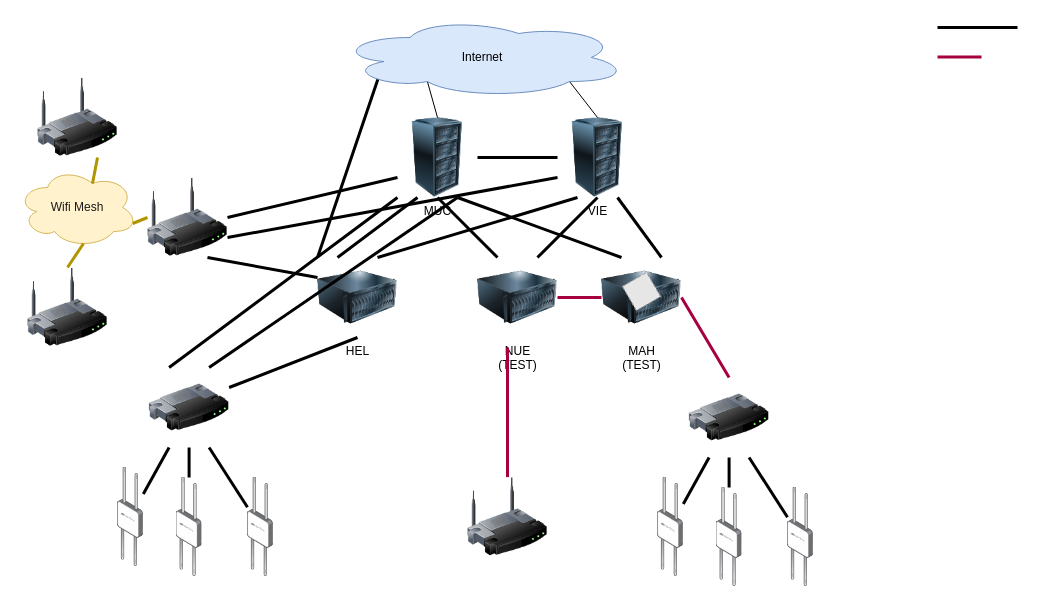
This is ffmuc-ng.drawio from lqb/test, a draw.io file, before an edit. Source tidied: cells renumbered, new cells numbered last; positions are measured from the earlier drawing's top-left corner, leaving out a move shared by most shapes. Both pictures are drawn from the tidied source at 100%, with x=0, y=0 at pixel (17, 17). Pictures stored in the file or linked from it are replaced by grey dashed boxes.
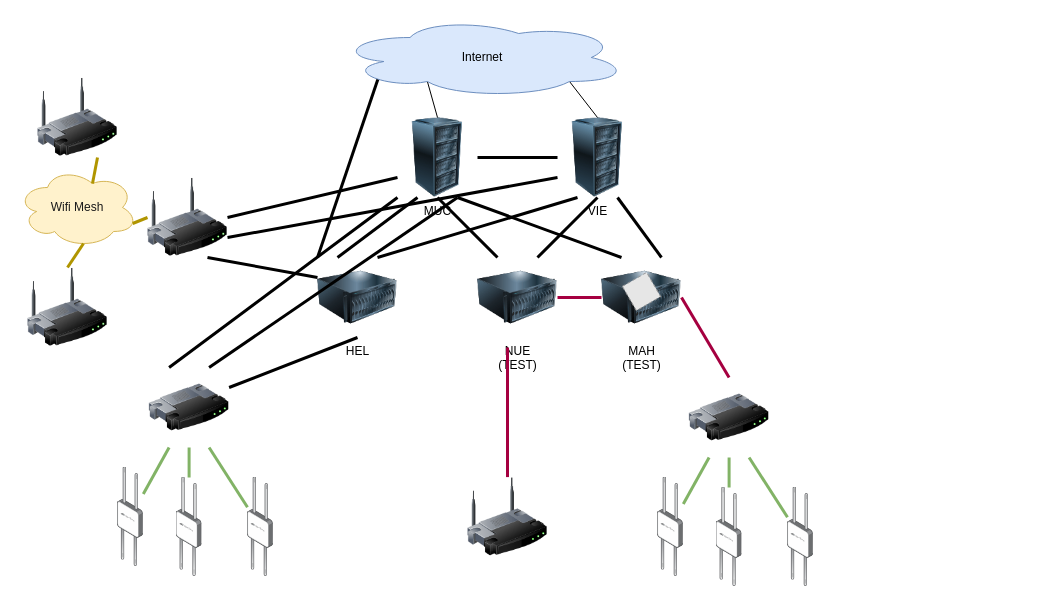
The same diagram, later.

The change refers to these unchanged cells:
```xml
<mxCell id="17" style="image;html=1;image=img/lib/clip_art/networking/Router_128x128.png;" parent="1" vertex="1">
  <mxGeometry x="131.6" y="350" width="80" height="80" as="geometry" />
</mxCell>
<mxCell id="19" style="points=[];html=1;align=center;shadow=0;dashed=0;image;image=img/lib/allied_telesis/wireless/Access_Point_Outdoor.svg;" parent="1" vertex="1">
  <mxGeometry x="230" y="460" width="25.8" height="99.6" as="geometry" />
</mxCell>
<mxCell id="22" style="points=[];html=1;align=center;shadow=0;dashed=0;image;image=img/lib/allied_telesis/wireless/Access_Point_Outdoor.svg;" parent="1" vertex="1">
  <mxGeometry x="158.7" y="460" width="25.8" height="99.6" as="geometry" />
</mxCell>
<mxCell id="23" style="points=[];html=1;align=center;shadow=0;dashed=0;image;image=img/lib/allied_telesis/wireless/Access_Point_Outdoor.svg;" parent="1" vertex="1">
  <mxGeometry x="100" y="450" width="25.8" height="99.6" as="geometry" />
</mxCell>
<mxCell id="33" style="image;html=1;image=img/lib/clip_art/networking/Router_128x128.png;" parent="1" vertex="1">
  <mxGeometry x="671.6" y="360" width="80" height="80" as="geometry" />
</mxCell>
<mxCell id="34" style="points=[];html=1;align=center;shadow=0;dashed=0;image;image=img/lib/allied_telesis/wireless/Access_Point_Outdoor.svg;" parent="1" vertex="1">
  <mxGeometry x="770" y="470" width="25.8" height="99.6" as="geometry" />
</mxCell>
<mxCell id="35" style="points=[];html=1;align=center;shadow=0;dashed=0;image;image=img/lib/allied_telesis/wireless/Access_Point_Outdoor.svg;" parent="1" vertex="1">
  <mxGeometry x="698.7" y="470" width="25.8" height="99.6" as="geometry" />
</mxCell>
<mxCell id="36" style="points=[];html=1;align=center;shadow=0;dashed=0;image;image=img/lib/allied_telesis/wireless/Access_Point_Outdoor.svg;" parent="1" vertex="1">
  <mxGeometry x="640" y="460" width="25.8" height="99.6" as="geometry" />
</mxCell>
```

What changed in the source:
```diff
@@
-    <mxCell id="25" style="endArrow=none;html=1;exitX=0.25;exitY=1;exitDx=0;exitDy=0;strokeWidth=3;" parent="1" edge="1" source="17" target="23">
+    <mxCell id="25" style="endArrow=none;html=1;exitX=0.25;exitY=1;exitDx=0;exitDy=0;strokeWidth=3;gradientColor=#97d077;fillColor=#d5e8d4;strokeColor=#82b366;" parent="1" edge="1" source="17" target="23">
       <mxGeometry relative="1" as="geometry" />
     </mxCell>
-    <mxCell id="26" style="endArrow=none;html=1;exitX=0.5;exitY=1;exitDx=0;exitDy=0;strokeWidth=3;" parent="1" edge="1" source="17" target="22">
+    <mxCell id="26" style="endArrow=none;html=1;exitX=0.5;exitY=1;exitDx=0;exitDy=0;strokeWidth=3;gradientColor=#97d077;fillColor=#d5e8d4;strokeColor=#82b366;" parent="1" edge="1" source="17" target="22">
       <mxGeometry relative="1" as="geometry" />
     </mxCell>
-    <mxCell id="27" style="endArrow=none;html=1;exitX=0.75;exitY=1;exitDx=0;exitDy=0;strokeWidth=3;" parent="1" edge="1" source="17" target="19">
+    <mxCell id="27" style="endArrow=none;html=1;exitX=0.75;exitY=1;exitDx=0;exitDy=0;strokeWidth=3;gradientColor=#97d077;fillColor=#d5e8d4;strokeColor=#82b366;" parent="1" edge="1" source="17" target="19">
       <mxGeometry relative="1" as="geometry" />
     </mxCell>
@@
-    <mxCell id="37" style="endArrow=none;html=1;exitX=0.25;exitY=1;exitDx=0;exitDy=0;strokeWidth=3;" parent="1" edge="1" source="33" target="36">
+    <mxCell id="37" style="endArrow=none;html=1;exitX=0.25;exitY=1;exitDx=0;exitDy=0;strokeWidth=3;gradientColor=#97d077;fillColor=#d5e8d4;strokeColor=#82b366;" parent="1" edge="1" source="33" target="36">
       <mxGeometry relative="1" as="geometry" />
     </mxCell>
-    <mxCell id="38" style="endArrow=none;html=1;exitX=0.5;exitY=1;exitDx=0;exitDy=0;strokeWidth=3;" parent="1" edge="1" source="33" target="35">
+    <mxCell id="38" style="endArrow=none;html=1;exitX=0.5;exitY=1;exitDx=0;exitDy=0;strokeWidth=3;gradientColor=#97d077;fillColor=#d5e8d4;strokeColor=#82b366;" parent="1" edge="1" source="33" target="35">
       <mxGeometry relative="1" as="geometry" />
     </mxCell>
-    <mxCell id="39" style="endArrow=none;html=1;exitX=0.75;exitY=1;exitDx=0;exitDy=0;strokeWidth=3;" parent="1" edge="1" source="33" target="34">
+    <mxCell id="39" style="endArrow=none;html=1;exitX=0.75;exitY=1;exitDx=0;exitDy=0;strokeWidth=3;gradientColor=#97d077;fillColor=#d5e8d4;strokeColor=#82b366;" parent="1" edge="1" source="33" target="34">
       <mxGeometry relative="1" as="geometry" />
     </mxCell>
@@
-    <mxCell id="44" style="endArrow=none;html=1;exitX=0.5;exitY=1;exitDx=0;exitDy=0;strokeWidth=3;" parent="1" edge="1">
-      <mxGeometry relative="1" as="geometry">
-        <mxPoint x="1000" y="10" as="sourcePoint" />
-        <mxPoint x="920" y="10" as="targetPoint" />
-      </mxGeometry>
-    </mxCell>
-    <mxCell id="45" style="endArrow=none;html=1;exitX=1;exitY=0.5;exitDx=0;exitDy=0;fillColor=#d80073;strokeColor=#A50040;entryX=0;entryY=0.5;entryDx=0;entryDy=0;strokeWidth=3;" parent="1" edge="1">
-      <mxGeometry relative="1" as="geometry">
-        <mxPoint x="920" y="39.5" as="sourcePoint" />
-        <mxPoint x="964" y="39.5" as="targetPoint" />
-      </mxGeometry>
-    </mxCell>
```
